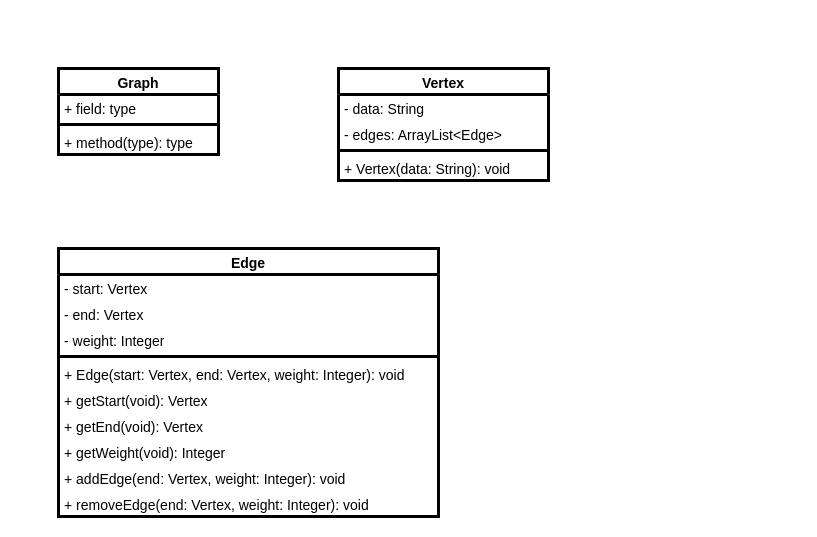
francisco-ricardo/ntm_post keeps this draw.io diagram as ds_graphs/drawio/graphs-class.drawio. Above is the earlier version. Source tidied: cells renumbered, new cells numbered last; positions are measured from the earlier drawing's top-left corner, leaving out a move shared by most shapes. Both pictures are drawn from the tidied source at 100%, with x=0, y=0 at pixel (58, 68).
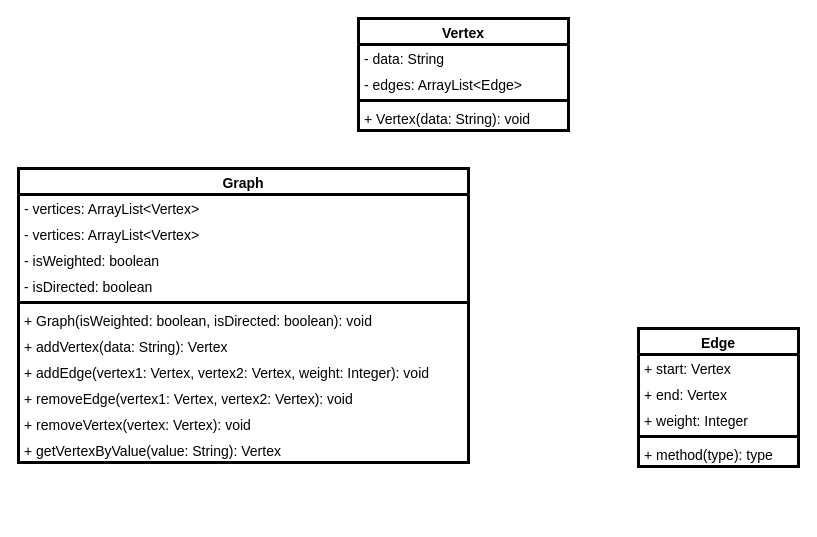
The same diagram, later.

Commit message:
Keep working on the article

Changes to be committed:
	modified:   ds_graphs/drawio/graphs-class.drawio

Change to the diagram source:
```diff
@@
     <mxCell id="2" value="Graph" style="swimlane;fontStyle=1;align=center;verticalAlign=top;horizontal=1;startSize=26;whiteSpace=wrap;html=1;fontSize=14;strokeWidth=3;" parent="1" vertex="1">
-      <mxGeometry width="160" height="86" as="geometry" />
+      <mxGeometry x="-40" y="100" width="450" height="294" as="geometry" />
     </mxCell>
-    <mxCell id="3" value="+ field: type" style="text;strokeColor=none;fillColor=none;align=left;verticalAlign=top;spacingLeft=4;spacingRight=4;overflow=hidden;whiteSpace=wrap;html=1;fontSize=14;strokeWidth=3;" parent="2" vertex="1">
-      <mxGeometry y="26" width="160" height="26" as="geometry" />
+    <mxCell id="3" value="- vertices: ArrayList&amp;lt;Vertex&amp;gt;" style="text;strokeColor=none;fillColor=none;align=left;verticalAlign=top;spacingLeft=4;spacingRight=4;overflow=hidden;whiteSpace=wrap;html=1;fontSize=14;strokeWidth=3;" parent="2" vertex="1">
+      <mxGeometry y="26" width="450" height="26" as="geometry" />
     </mxCell>
+    <mxCell id="22" value="- vertices: ArrayList&amp;lt;Vertex&amp;gt;" style="text;strokeColor=none;fillColor=none;align=left;verticalAlign=top;spacingLeft=4;spacingRight=4;overflow=hidden;whiteSpace=wrap;html=1;fontSize=14;strokeWidth=3;" parent="2" vertex="1">
+      <mxGeometry y="52" width="450" height="26" as="geometry" />
+    </mxCell>
+    <mxCell id="23" value="- isWeighted: boolean" style="text;strokeColor=none;fillColor=none;align=left;verticalAlign=top;spacingLeft=4;spacingRight=4;overflow=hidden;whiteSpace=wrap;html=1;fontSize=14;strokeWidth=3;" parent="2" vertex="1">
+      <mxGeometry y="78" width="450" height="26" as="geometry" />
+    </mxCell>
+    <mxCell id="24" value="- isDirected: boolean" style="text;strokeColor=none;fillColor=none;align=left;verticalAlign=top;spacingLeft=4;spacingRight=4;overflow=hidden;whiteSpace=wrap;html=1;fontSize=14;strokeWidth=3;" parent="2" vertex="1">
+      <mxGeometry y="104" width="450" height="26" as="geometry" />
+    </mxCell>
     <mxCell id="4" style="line;strokeWidth=3;fillColor=none;align=left;verticalAlign=middle;spacingTop=-1;spacingLeft=3;spacingRight=3;labelPosition=right;strokeColor=inherit;fontSize=14;" parent="2" vertex="1">
-      <mxGeometry y="52" width="160" height="8" as="geometry" />
+      <mxGeometry y="130" width="450" height="8" as="geometry" />
     </mxCell>
-    <mxCell id="5" value="+ method(type): type" style="text;strokeColor=none;fillColor=none;align=left;verticalAlign=top;spacingLeft=4;spacingRight=4;overflow=hidden;whiteSpace=wrap;html=1;fontSize=14;strokeWidth=3;" parent="2" vertex="1">
-      <mxGeometry y="60" width="160" height="26" as="geometry" />
+    <mxCell id="5" value="+ Graph(isWeighted: boolean, isDirected: boolean): void" style="text;strokeColor=none;fillColor=none;align=left;verticalAlign=top;spacingLeft=4;spacingRight=4;overflow=hidden;whiteSpace=wrap;html=1;fontSize=14;strokeWidth=3;" parent="2" vertex="1">
+      <mxGeometry y="138" width="450" height="26" as="geometry" />
     </mxCell>
+    <mxCell id="25" value="+ addVertex(data: String): Vertex" style="text;strokeColor=none;fillColor=none;align=left;verticalAlign=top;spacingLeft=4;spacingRight=4;overflow=hidden;whiteSpace=wrap;html=1;fontSize=14;strokeWidth=3;" parent="2" vertex="1">
+      <mxGeometry y="164" width="450" height="26" as="geometry" />
+    </mxCell>
+    <mxCell id="26" value="+ addEdge(vertex1: Vertex, vertex2: Vertex, weight: Integer): void" style="text;strokeColor=none;fillColor=none;align=left;verticalAlign=top;spacingLeft=4;spacingRight=4;overflow=hidden;whiteSpace=wrap;html=1;fontSize=14;strokeWidth=3;" parent="2" vertex="1">
+      <mxGeometry y="190" width="450" height="26" as="geometry" />
+    </mxCell>
+    <mxCell id="27" value="+ removeEdge(vertex1: Vertex, vertex2: Vertex): void" style="text;strokeColor=none;fillColor=none;align=left;verticalAlign=top;spacingLeft=4;spacingRight=4;overflow=hidden;whiteSpace=wrap;html=1;fontSize=14;strokeWidth=3;" parent="2" vertex="1">
+      <mxGeometry y="216" width="450" height="26" as="geometry" />
+    </mxCell>
+    <mxCell id="28" value="+ removeVertex(vertex: Vertex): void" style="text;strokeColor=none;fillColor=none;align=left;verticalAlign=top;spacingLeft=4;spacingRight=4;overflow=hidden;whiteSpace=wrap;html=1;fontSize=14;strokeWidth=3;" parent="2" vertex="1">
+      <mxGeometry y="242" width="450" height="26" as="geometry" />
+    </mxCell>
+    <mxCell id="29" value="+ getVertexByValue(value: String): Vertex" style="text;strokeColor=none;fillColor=none;align=left;verticalAlign=top;spacingLeft=4;spacingRight=4;overflow=hidden;whiteSpace=wrap;html=1;fontSize=14;strokeWidth=3;" parent="2" vertex="1">
+      <mxGeometry y="268" width="450" height="26" as="geometry" />
+    </mxCell>
     <mxCell id="6" value="Vertex&lt;div style=&quot;font-size: 14px;&quot;&gt;&lt;br style=&quot;font-size: 14px;&quot;&gt;&lt;/div&gt;" style="swimlane;fontStyle=1;align=center;verticalAlign=top;horizontal=1;startSize=26;whiteSpace=wrap;html=1;fontSize=14;strokeWidth=3;" parent="1" vertex="1">
-      <mxGeometry x="280" width="210" height="112" as="geometry" />
+      <mxGeometry x="300" y="-50" width="210" height="112" as="geometry" />
     </mxCell>
@@
     <mxCell id="11" value="Edge" style="swimlane;fontStyle=1;align=center;verticalAlign=top;horizontal=1;startSize=26;whiteSpace=wrap;html=1;fontSize=14;strokeWidth=3;" parent="1" vertex="1">
-      <mxGeometry y="180" width="380" height="268" as="geometry" />
+      <mxGeometry x="580" y="260" width="160" height="138" as="geometry" />
     </mxCell>
-    <mxCell id="12" value="- start: Vertex" style="text;strokeColor=none;fillColor=none;align=left;verticalAlign=top;spacingLeft=4;spacingRight=4;overflow=hidden;whiteSpace=wrap;html=1;fontSize=14;strokeWidth=3;" parent="11" vertex="1">
-      <mxGeometry y="26" width="380" height="26" as="geometry" />
+    <mxCell id="12" value="+ start: Vertex" style="text;strokeColor=none;fillColor=none;align=left;verticalAlign=top;spacingLeft=4;spacingRight=4;overflow=hidden;whiteSpace=wrap;html=1;fontSize=14;strokeWidth=3;" parent="11" vertex="1">
+      <mxGeometry y="26" width="160" height="26" as="geometry" />
     </mxCell>
-    <mxCell id="13" value="- end: Vertex" style="text;strokeColor=none;fillColor=none;align=left;verticalAlign=top;spacingLeft=4;spacingRight=4;overflow=hidden;whiteSpace=wrap;html=1;fontSize=14;strokeWidth=3;" parent="11" vertex="1">
-      <mxGeometry y="52" width="380" height="26" as="geometry" />
+    <mxCell id="13" value="+ end: Vertex" style="text;strokeColor=none;fillColor=none;align=left;verticalAlign=top;spacingLeft=4;spacingRight=4;overflow=hidden;whiteSpace=wrap;html=1;fontSize=14;strokeWidth=3;" parent="11" vertex="1">
+      <mxGeometry y="52" width="160" height="26" as="geometry" />
     </mxCell>
-    <mxCell id="14" value="- weight: Integer" style="text;strokeColor=none;fillColor=none;align=left;verticalAlign=top;spacingLeft=4;spacingRight=4;overflow=hidden;whiteSpace=wrap;html=1;fontSize=14;strokeWidth=3;" parent="11" vertex="1">
-      <mxGeometry y="78" width="380" height="26" as="geometry" />
+    <mxCell id="14" value="+ weight: Integer" style="text;strokeColor=none;fillColor=none;align=left;verticalAlign=top;spacingLeft=4;spacingRight=4;overflow=hidden;whiteSpace=wrap;html=1;fontSize=14;strokeWidth=3;" parent="11" vertex="1">
+      <mxGeometry y="78" width="160" height="26" as="geometry" />
     </mxCell>
     <mxCell id="15" style="line;strokeWidth=3;fillColor=none;align=left;verticalAlign=middle;spacingTop=-1;spacingLeft=3;spacingRight=3;labelPosition=right;strokeColor=inherit;fontSize=14;" parent="11" vertex="1">
-      <mxGeometry y="104" width="380" height="8" as="geometry" />
+      <mxGeometry y="104" width="160" height="8" as="geometry" />
     </mxCell>
-    <mxCell id="16" value="+ Edge(start: Vertex, end: Vertex, weight: Integer): void" style="text;strokeColor=none;fillColor=none;align=left;verticalAlign=top;spacingLeft=4;spacingRight=4;overflow=hidden;whiteSpace=wrap;html=1;fontSize=14;strokeWidth=3;" parent="11" vertex="1">
-      <mxGeometry y="112" width="380" height="26" as="geometry" />
+    <mxCell id="16" value="+ method(type): type" style="text;strokeColor=none;fillColor=none;align=left;verticalAlign=top;spacingLeft=4;spacingRight=4;overflow=hidden;whiteSpace=wrap;html=1;fontSize=14;strokeWidth=3;" parent="11" vertex="1">
+      <mxGeometry y="112" width="160" height="26" as="geometry" />
     </mxCell>
-    <mxCell id="17" value="+ getStart(void): Vertex" style="text;strokeColor=none;fillColor=none;align=left;verticalAlign=top;spacingLeft=4;spacingRight=4;overflow=hidden;whiteSpace=wrap;html=1;fontSize=14;strokeWidth=3;" parent="11" vertex="1">
-      <mxGeometry y="138" width="380" height="26" as="geometry" />
-    </mxCell>
-    <mxCell id="18" value="+ getEnd(void): Vertex" style="text;strokeColor=none;fillColor=none;align=left;verticalAlign=top;spacingLeft=4;spacingRight=4;overflow=hidden;whiteSpace=wrap;html=1;fontSize=14;strokeWidth=3;" parent="11" vertex="1">
-      <mxGeometry y="164" width="380" height="26" as="geometry" />
-    </mxCell>
-    <mxCell id="19" value="+ getWeight(void): Integer" style="text;strokeColor=none;fillColor=none;align=left;verticalAlign=top;spacingLeft=4;spacingRight=4;overflow=hidden;whiteSpace=wrap;html=1;fontSize=14;strokeWidth=3;" parent="11" vertex="1">
-      <mxGeometry y="190" width="380" height="26" as="geometry" />
-    </mxCell>
-    <mxCell id="20" value="+ addEdge(end: Vertex, weight: Integer): void" style="text;strokeColor=none;fillColor=none;align=left;verticalAlign=top;spacingLeft=4;spacingRight=4;overflow=hidden;whiteSpace=wrap;html=1;fontSize=14;strokeWidth=3;" parent="11" vertex="1">
-      <mxGeometry y="216" width="380" height="26" as="geometry" />
-    </mxCell>
-    <mxCell id="21" value="+ removeEdge(end: Vertex, weight: Integer): void" style="text;strokeColor=none;fillColor=none;align=left;verticalAlign=top;spacingLeft=4;spacingRight=4;overflow=hidden;whiteSpace=wrap;html=1;fontSize=14;strokeWidth=3;" parent="11" vertex="1">
-      <mxGeometry y="242" width="380" height="26" as="geometry" />
-    </mxCell>
```
